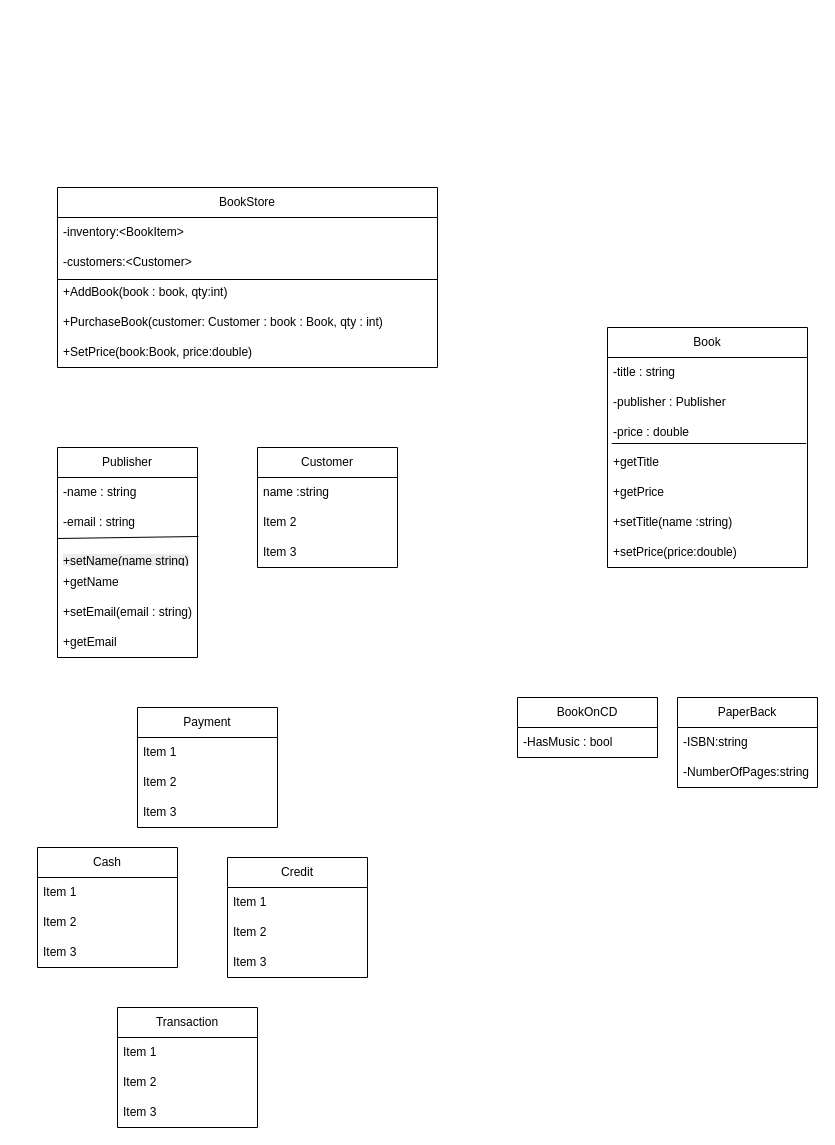
The draw.io diagram BookStore.drawio in vwhernan/CSC-300, before the edit. Source tidied: cells renumbered, new cells numbered last; positions are measured from the earlier drawing's top-left corner, leaving out a move shared by most shapes. Both pictures are drawn from the tidied source at 100%, with x=0, y=0 at pixel (37, 187).
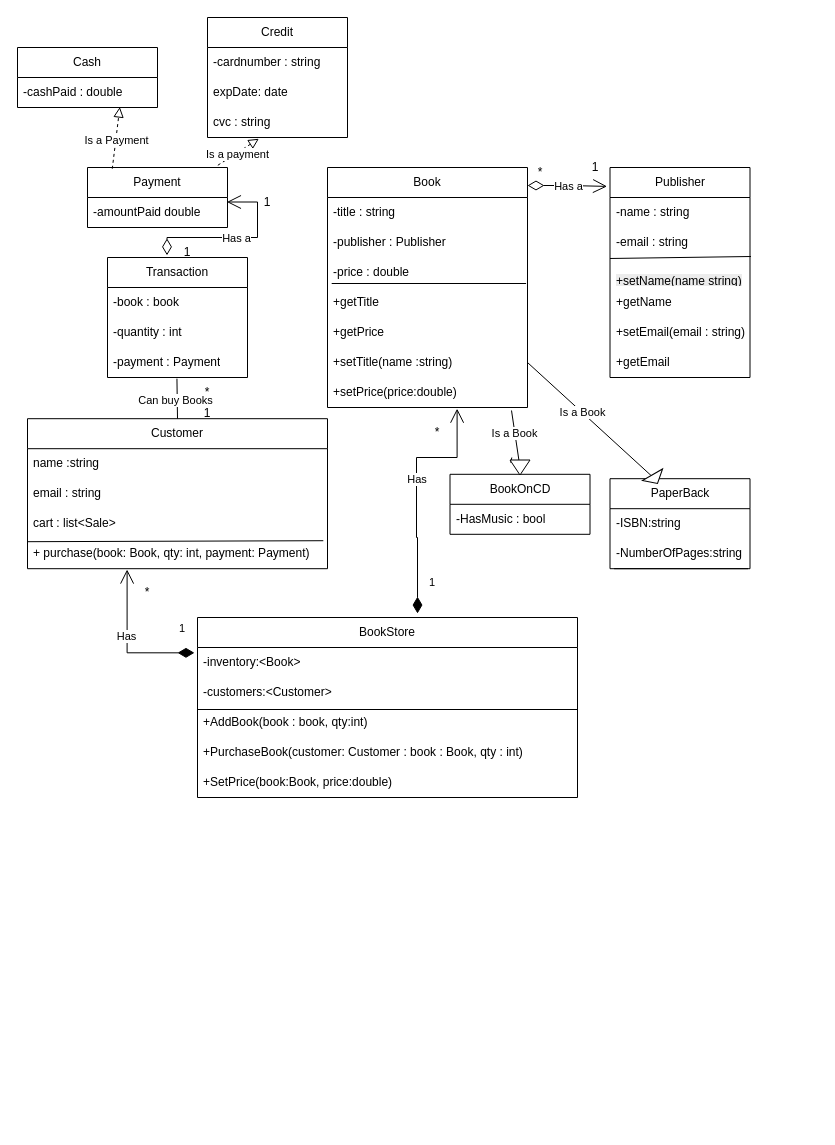
After the change.

Unchanged cells that the change refers to:
```xml
<mxCell id="19" value="+setTitle(name :string)" style="text;strokeColor=none;fillColor=none;align=left;verticalAlign=middle;spacingLeft=4;spacingRight=4;overflow=hidden;points=[[0,0.5],[1,0.5]];portConstraint=eastwest;whiteSpace=wrap;html=1;" parent="13" vertex="1">
  <mxGeometry y="180" width="200" height="30" as="geometry" />
</mxCell>
<mxCell id="20" value="+setPrice(price:double)" style="text;strokeColor=none;fillColor=none;align=left;verticalAlign=middle;spacingLeft=4;spacingRight=4;overflow=hidden;points=[[0,0.5],[1,0.5]];portConstraint=eastwest;whiteSpace=wrap;html=1;" parent="13" vertex="1">
  <mxGeometry y="210" width="200" height="30" as="geometry" />
</mxCell>
```

The edit, as a diff of the source:
```diff
@@
     <mxCell id="2" value="BookStore" style="swimlane;fontStyle=0;horizontal=1;startSize=30;whiteSpace=wrap;html=1;" parent="1" vertex="1">
-      <mxGeometry x="20" width="380" height="180" as="geometry" />
+      <mxGeometry x="160" y="430" width="380" height="180" as="geometry" />
     </mxCell>
-    <mxCell id="3" value="-inventory:&amp;lt;BookItem&amp;gt;" style="text;strokeColor=none;fillColor=none;align=left;verticalAlign=middle;spacingLeft=4;spacingRight=4;overflow=hidden;points=[[0,0.5],[1,0.5]];portConstraint=eastwest;whiteSpace=wrap;html=1;" parent="2" vertex="1">
+    <mxCell id="3" value="-inventory:&amp;lt;Book&amp;gt;" style="text;strokeColor=none;fillColor=none;align=left;verticalAlign=middle;spacingLeft=4;spacingRight=4;overflow=hidden;points=[[0,0.5],[1,0.5]];portConstraint=eastwest;whiteSpace=wrap;html=1;" parent="2" vertex="1">
       <mxGeometry y="30" width="380" height="30" as="geometry" />
     </mxCell>
@@
     <mxCell id="9" value="PaperBack" style="swimlane;fontStyle=0;horizontal=1;startSize=30;whiteSpace=wrap;html=1;" parent="1" vertex="1">
-      <mxGeometry x="640" y="510" width="140" height="90" as="geometry" />
+      <mxGeometry x="572.5" y="291.2" width="140" height="90" as="geometry" />
     </mxCell>
@@
     <mxCell id="13" value="Book" style="swimlane;fontStyle=0;horizontal=1;startSize=30;whiteSpace=wrap;html=1;" parent="1" vertex="1">
-      <mxGeometry x="570" y="140" width="200" height="240" as="geometry" />
+      <mxGeometry x="290" y="-20" width="200" height="240" as="geometry" />
     </mxCell>
@@
     <mxCell id="22" value="BookOnCD" style="swimlane;fontStyle=0;horizontal=1;startSize=30;whiteSpace=wrap;html=1;" parent="1" vertex="1">
-      <mxGeometry x="480" y="510" width="140" height="60" as="geometry" />
+      <mxGeometry x="412.5" y="286.8" width="140" height="60" as="geometry" />
     </mxCell>
@@
     <mxCell id="24" value="Publisher" style="swimlane;fontStyle=0;horizontal=1;startSize=30;whiteSpace=wrap;html=1;" parent="1" vertex="1">
-      <mxGeometry x="20" y="260" width="140" height="210" as="geometry" />
+      <mxGeometry x="572.5" y="-20" width="140" height="210" as="geometry" />
     </mxCell>
@@
     <mxCell id="32" value="Customer" style="swimlane;fontStyle=0;horizontal=1;startSize=30;whiteSpace=wrap;html=1;" parent="1" vertex="1">
-      <mxGeometry x="220" y="260" width="140" height="120" as="geometry" />
+      <mxGeometry x="-10" y="231.2" width="300" height="150" as="geometry" />
     </mxCell>
     <mxCell id="33" value="name :string" style="text;strokeColor=none;fillColor=none;align=left;verticalAlign=middle;spacingLeft=4;spacingRight=4;overflow=hidden;whiteSpace=wrap;html=1;" parent="32" vertex="1">
-      <mxGeometry y="30" width="140" height="30" as="geometry" />
+      <mxGeometry y="30" width="300" height="30" as="geometry" />
     </mxCell>
-    <mxCell id="34" value="Item 2" style="text;strokeColor=none;fillColor=none;align=left;verticalAlign=middle;spacingLeft=4;spacingRight=4;overflow=hidden;whiteSpace=wrap;html=1;" parent="32" vertex="1">
-      <mxGeometry y="60" width="140" height="30" as="geometry" />
+    <mxCell id="34" value="email : string" style="text;strokeColor=none;fillColor=none;align=left;verticalAlign=middle;spacingLeft=4;spacingRight=4;overflow=hidden;whiteSpace=wrap;html=1;" parent="32" vertex="1">
+      <mxGeometry y="60" width="300" height="30" as="geometry" />
     </mxCell>
-    <mxCell id="35" value="Item 3" style="text;strokeColor=none;fillColor=none;align=left;verticalAlign=middle;spacingLeft=4;spacingRight=4;overflow=hidden;points=[[0,0.5],[1,0.5]];portConstraint=eastwest;whiteSpace=wrap;html=1;" parent="32" vertex="1">
-      <mxGeometry y="90" width="140" height="30" as="geometry" />
+    <mxCell id="35" value="cart : list&amp;lt;Sale&amp;gt;" style="text;strokeColor=none;fillColor=none;align=left;verticalAlign=middle;spacingLeft=4;spacingRight=4;overflow=hidden;points=[[0,0.5],[1,0.5]];portConstraint=eastwest;whiteSpace=wrap;html=1;" parent="32" vertex="1">
+      <mxGeometry y="90" width="300" height="30" as="geometry" />
     </mxCell>
+    <mxCell id="52" value="+ purchase(book: Book, qty: int, payment: Payment)" style="text;strokeColor=none;fillColor=none;align=left;verticalAlign=middle;spacingLeft=4;spacingRight=4;overflow=hidden;points=[[0,0.5],[1,0.5]];portConstraint=eastwest;whiteSpace=wrap;html=1;" parent="32" vertex="1">
+      <mxGeometry y="120" width="300" height="30" as="geometry" />
+    </mxCell>
+    <mxCell id="53" style="endArrow=none;html=1;rounded=0;entryX=0.986;entryY=1.067;entryDx=0;entryDy=0;entryPerimeter=0;exitX=0;exitY=0.1;exitDx=0;exitDy=0;exitPerimeter=0;" parent="32" edge="1" source="52" target="35">
+      <mxGeometry relative="1" as="geometry" />
+    </mxCell>
     <mxCell id="36" value="Payment" style="swimlane;fontStyle=0;horizontal=1;startSize=30;whiteSpace=wrap;html=1;" parent="1" vertex="1">
-      <mxGeometry x="100" y="520" width="140" height="120" as="geometry" />
+      <mxGeometry x="50" y="-20" width="140" height="60" as="geometry" />
     </mxCell>
-    <mxCell id="37" value="Item 1" style="text;strokeColor=none;fillColor=none;align=left;verticalAlign=middle;spacingLeft=4;spacingRight=4;overflow=hidden;points=[[0,0.5],[1,0.5]];portConstraint=eastwest;whiteSpace=wrap;html=1;" parent="36" vertex="1">
+    <mxCell id="37" value="-amountPaid double" style="text;strokeColor=none;fillColor=none;align=left;verticalAlign=middle;spacingLeft=4;spacingRight=4;overflow=hidden;points=[[0,0.5],[1,0.5]];portConstraint=eastwest;whiteSpace=wrap;html=1;" parent="36" vertex="1">
       <mxGeometry y="30" width="140" height="30" as="geometry" />
     </mxCell>
-    <mxCell id="38" value="Item 2" style="text;strokeColor=none;fillColor=none;align=left;verticalAlign=middle;spacingLeft=4;spacingRight=4;overflow=hidden;whiteSpace=wrap;html=1;" parent="36" vertex="1">
-      <mxGeometry y="60" width="140" height="30" as="geometry" />
-    </mxCell>
-    <mxCell id="39" value="Item 3" style="text;strokeColor=none;fillColor=none;align=left;verticalAlign=middle;spacingLeft=4;spacingRight=4;overflow=hidden;whiteSpace=wrap;html=1;" parent="36" vertex="1">
-      <mxGeometry y="90" width="140" height="30" as="geometry" />
-    </mxCell>
     <mxCell id="40" value="Cash" style="swimlane;fontStyle=0;horizontal=1;startSize=30;whiteSpace=wrap;html=1;" parent="1" vertex="1">
-      <mxGeometry y="660" width="140" height="120" as="geometry" />
+      <mxGeometry x="-20" y="-140" width="140" height="60" as="geometry" />
     </mxCell>
-    <mxCell id="41" value="Item 1" style="text;strokeColor=none;fillColor=none;align=left;verticalAlign=middle;spacingLeft=4;spacingRight=4;overflow=hidden;points=[[0,0.5],[1,0.5]];portConstraint=eastwest;whiteSpace=wrap;html=1;" parent="40" vertex="1">
+    <mxCell id="41" value="-cashPaid : double" style="text;strokeColor=none;fillColor=none;align=left;verticalAlign=middle;spacingLeft=4;spacingRight=4;overflow=hidden;points=[[0,0.5],[1,0.5]];portConstraint=eastwest;whiteSpace=wrap;html=1;" parent="40" vertex="1">
       <mxGeometry y="30" width="140" height="30" as="geometry" />
     </mxCell>
-    <mxCell id="42" value="Item 2" style="text;strokeColor=none;fillColor=none;align=left;verticalAlign=middle;spacingLeft=4;spacingRight=4;overflow=hidden;whiteSpace=wrap;html=1;" parent="40" vertex="1">
-      <mxGeometry y="60" width="140" height="30" as="geometry" />
-    </mxCell>
-    <mxCell id="43" value="Item 3" style="text;strokeColor=none;fillColor=none;align=left;verticalAlign=middle;spacingLeft=4;spacingRight=4;overflow=hidden;whiteSpace=wrap;html=1;" parent="40" vertex="1">
-      <mxGeometry y="90" width="140" height="30" as="geometry" />
-    </mxCell>
     <mxCell id="44" value="Credit" style="swimlane;fontStyle=0;horizontal=1;startSize=30;whiteSpace=wrap;html=1;" parent="1" vertex="1">
-      <mxGeometry x="190" y="670" width="140" height="120" as="geometry" />
+      <mxGeometry x="170" y="-170" width="140" height="120" as="geometry" />
     </mxCell>
-    <mxCell id="45" value="Item 1" style="text;strokeColor=none;fillColor=none;align=left;verticalAlign=middle;spacingLeft=4;spacingRight=4;overflow=hidden;whiteSpace=wrap;html=1;" parent="44" vertex="1">
+    <mxCell id="45" value="-cardnumber : string" style="text;strokeColor=none;fillColor=none;align=left;verticalAlign=middle;spacingLeft=4;spacingRight=4;overflow=hidden;whiteSpace=wrap;html=1;" parent="44" vertex="1">
       <mxGeometry y="30" width="140" height="30" as="geometry" />
     </mxCell>
-    <mxCell id="46" value="Item 2" style="text;strokeColor=none;fillColor=none;align=left;verticalAlign=middle;spacingLeft=4;spacingRight=4;overflow=hidden;whiteSpace=wrap;html=1;" parent="44" vertex="1">
+    <mxCell id="46" value="expDate: date" style="text;strokeColor=none;fillColor=none;align=left;verticalAlign=middle;spacingLeft=4;spacingRight=4;overflow=hidden;whiteSpace=wrap;html=1;" parent="44" vertex="1">
       <mxGeometry y="60" width="140" height="30" as="geometry" />
     </mxCell>
-    <mxCell id="47" value="Item 3" style="text;strokeColor=none;fillColor=none;align=left;verticalAlign=middle;spacingLeft=4;spacingRight=4;overflow=hidden;points=[[0,0.5],[1,0.5]];portConstraint=eastwest;whiteSpace=wrap;html=1;" parent="44" vertex="1">
+    <mxCell id="47" value="cvc : string" style="text;strokeColor=none;fillColor=none;align=left;verticalAlign=middle;spacingLeft=4;spacingRight=4;overflow=hidden;points=[[0,0.5],[1,0.5]];portConstraint=eastwest;whiteSpace=wrap;html=1;" parent="44" vertex="1">
       <mxGeometry y="90" width="140" height="30" as="geometry" />
     </mxCell>
     <mxCell id="48" value="Transaction" style="swimlane;fontStyle=0;horizontal=1;startSize=30;whiteSpace=wrap;html=1;" parent="1" vertex="1">
-      <mxGeometry x="80" y="820" width="140" height="120" as="geometry" />
+      <mxGeometry x="70" y="70" width="140" height="120" as="geometry" />
     </mxCell>
-    <mxCell id="49" value="Item 1" style="text;strokeColor=none;fillColor=none;align=left;verticalAlign=middle;spacingLeft=4;spacingRight=4;overflow=hidden;whiteSpace=wrap;html=1;" parent="48" vertex="1">
+    <mxCell id="49" value="-book : book" style="text;strokeColor=none;fillColor=none;align=left;verticalAlign=middle;spacingLeft=4;spacingRight=4;overflow=hidden;whiteSpace=wrap;html=1;" parent="48" vertex="1">
       <mxGeometry y="30" width="140" height="30" as="geometry" />
     </mxCell>
-    <mxCell id="50" value="Item 2" style="text;strokeColor=none;fillColor=none;align=left;verticalAlign=middle;spacingLeft=4;spacingRight=4;overflow=hidden;whiteSpace=wrap;html=1;" parent="48" vertex="1">
+    <mxCell id="50" value="-quantity : int" style="text;strokeColor=none;fillColor=none;align=left;verticalAlign=middle;spacingLeft=4;spacingRight=4;overflow=hidden;whiteSpace=wrap;html=1;" parent="48" vertex="1">
       <mxGeometry y="60" width="140" height="30" as="geometry" />
     </mxCell>
-    <mxCell id="51" value="Item 3" style="text;strokeColor=none;fillColor=none;align=left;verticalAlign=middle;spacingLeft=4;spacingRight=4;overflow=hidden;whiteSpace=wrap;html=1;" parent="48" vertex="1">
-      <mxGeometry y="90" width="140" height="30" as="geometry" />
-    </mxCell>
+    <mxCell id="54" value="-payment : Payment" style="text;strokeColor=none;fillColor=none;align=left;verticalAlign=middle;spacingLeft=4;spacingRight=4;overflow=hidden;points=[[0,0.5],[1,0.5]];portConstraint=eastwest;whiteSpace=wrap;html=1;" parent="48" vertex="1">
+      <mxGeometry y="90" width="140" height="30" as="geometry" />
+    </mxCell>
+    <mxCell id="55" style="endArrow=none;html=1;rounded=0;exitX=0.175;exitY=0.967;exitDx=0;exitDy=0;exitPerimeter=0;" parent="1" edge="1" source="58">
+      <mxGeometry relative="1" as="geometry">
+        <mxPoint x="474.3" y="270" as="targetPoint" />
+      </mxGeometry>
+    </mxCell>
+    <mxCell id="56" style="endArrow=none;html=1;rounded=0;exitX=0.92;exitY=1.1;exitDx=0;exitDy=0;exitPerimeter=0;" parent="1" edge="1" source="20" target="58">
+      <mxGeometry relative="1" as="geometry" />
+    </mxCell>
+    <mxCell id="57" value="Is a Book" style="edgeLabel;html=1;align=center;verticalAlign=middle;" parent="56" vertex="1">
+      <mxGeometry x="-0.08" y="-1" relative="1" as="geometry" />
+    </mxCell>
+    <mxCell id="58" style="triangle;whiteSpace=wrap;html=1;rotation=90;" parent="1" vertex="1">
+      <mxGeometry x="475" y="270" width="15" height="20" as="geometry" />
+    </mxCell>
+    <mxCell id="59" style="endArrow=none;html=1;rounded=0;exitX=1;exitY=0.5;exitDx=0;exitDy=0;" parent="1" edge="1" source="19" target="61">
+      <mxGeometry relative="1" as="geometry" />
+    </mxCell>
+    <mxCell id="60" value="Is a Book" style="edgeLabel;html=1;align=center;verticalAlign=middle;" parent="59" vertex="1">
+      <mxGeometry x="-0.12" y="1" relative="1" as="geometry">
+        <mxPoint x="-1" as="offset" />
+      </mxGeometry>
+    </mxCell>
+    <mxCell id="61" style="triangle;whiteSpace=wrap;html=1;rotation=60;" parent="1" vertex="1">
+      <mxGeometry x="612.5" y="280" width="10" height="23.2" as="geometry" />
+    </mxCell>
+    <mxCell id="62" style="endArrow=open;html=1;endSize=12;startArrow=diamondThin;startSize=14;startFill=0;edgeStyle=orthogonalEdgeStyle;align=left;verticalAlign=bottom;rounded=0;entryX=-0.021;entryY=0.09;entryDx=0;entryDy=0;exitX=1;exitY=0.075;exitDx=0;exitDy=0;exitPerimeter=0;entryPerimeter=0;" parent="1" edge="1" source="13" target="24">
+      <mxGeometry x="-0.74" y="18" relative="1" as="geometry" />
+    </mxCell>
+    <mxCell id="63" value="Has a" style="edgeLabel;html=1;align=center;verticalAlign=middle;" parent="62" vertex="1">
+      <mxGeometry relative="1" as="geometry" />
+    </mxCell>
+    <mxCell id="64" style="endArrow=block;startArrow=none;endFill=0;startFill=0;endSize=8;html=1;verticalAlign=bottom;dashed=1;labelBackgroundColor=none;rounded=0;exitX=0.177;exitY=0.021;exitDx=0;exitDy=0;exitPerimeter=0;entryX=0.731;entryY=0.984;entryDx=0;entryDy=0;entryPerimeter=0;" parent="1" edge="1" source="36" target="41">
+      <mxGeometry relative="1" as="geometry" />
+    </mxCell>
+    <mxCell id="65" value="Is a Payment" style="edgeLabel;html=1;align=center;verticalAlign=middle;" parent="64" vertex="1">
+      <mxGeometry x="-0.08" relative="1" as="geometry" />
+    </mxCell>
+    <mxCell id="66" style="endArrow=block;startArrow=none;endFill=0;startFill=0;endSize=8;html=1;verticalAlign=bottom;dashed=1;labelBackgroundColor=none;rounded=0;exitX=0.931;exitY=-0.037;exitDx=0;exitDy=0;exitPerimeter=0;entryX=0.367;entryY=1.041;entryDx=0;entryDy=0;entryPerimeter=0;" parent="1" edge="1" source="36" target="47">
+      <mxGeometry relative="1" as="geometry" />
+    </mxCell>
+    <mxCell id="67" value="Is a payment" style="edgeLabel;html=1;align=center;verticalAlign=middle;" parent="66" vertex="1">
+      <mxGeometry x="-0.1" y="-1" relative="1" as="geometry" />
+    </mxCell>
+    <mxCell id="68" value="1" style="text;html=1;whiteSpace=wrap;strokeColor=none;fillColor=none;align=center;verticalAlign=middle;rounded=0;" parent="1" vertex="1">
+      <mxGeometry x="552.5" y="-30" width="10" height="20" as="geometry" />
+    </mxCell>
+    <mxCell id="69" value="*" style="text;html=1;whiteSpace=wrap;strokeColor=none;fillColor=none;align=center;verticalAlign=middle;rounded=0;" parent="1" vertex="1">
+      <mxGeometry x="472.5" y="-30" width="60" height="30" as="geometry" />
+    </mxCell>
+    <mxCell id="70" value="1" style="endArrow=open;html=1;endSize=12;startArrow=diamondThin;startSize=14;startFill=1;edgeStyle=orthogonalEdgeStyle;align=left;verticalAlign=bottom;rounded=0;exitX=0.579;exitY=-0.022;exitDx=0;exitDy=0;exitPerimeter=0;entryX=0.648;entryY=1.039;entryDx=0;entryDy=0;entryPerimeter=0;" parent="1" edge="1" source="2" target="20">
+      <mxGeometry x="-0.82" y="-10" relative="1" as="geometry">
+        <Array as="points">
+          <mxPoint x="380" y="350" />
+          <mxPoint x="379" y="350" />
+          <mxPoint x="379" y="270" />
+          <mxPoint x="420" y="270" />
+        </Array>
+      </mxGeometry>
+    </mxCell>
+    <mxCell id="71" value="Has&amp;nbsp;" style="edgeLabel;html=1;align=center;verticalAlign=middle;" parent="70" vertex="1">
+      <mxGeometry x="0.1" y="-1" relative="1" as="geometry" />
+    </mxCell>
+    <mxCell id="72" value="*" style="text;html=1;whiteSpace=wrap;strokeColor=none;fillColor=none;align=center;verticalAlign=middle;rounded=0;" parent="1" vertex="1">
+      <mxGeometry x="370" y="230" width="60" height="30" as="geometry" />
+    </mxCell>
+    <mxCell id="73" value="1" style="endArrow=open;html=1;endSize=12;startArrow=diamondThin;startSize=14;startFill=1;edgeStyle=orthogonalEdgeStyle;align=left;verticalAlign=bottom;rounded=0;entryX=0.332;entryY=1.027;entryDx=0;entryDy=0;entryPerimeter=0;exitX=-0.008;exitY=0.178;exitDx=0;exitDy=0;exitPerimeter=0;" parent="1" edge="1" source="3" target="52">
+      <mxGeometry x="-0.77" y="-15" relative="1" as="geometry">
+        <Array as="points">
+          <mxPoint x="90" y="465" />
+        </Array>
+      </mxGeometry>
+    </mxCell>
+    <mxCell id="74" value="Has" style="edgeLabel;html=1;align=center;verticalAlign=middle;" parent="73" vertex="1">
+      <mxGeometry x="0.12" y="1" relative="1" as="geometry" />
+    </mxCell>
+    <mxCell id="75" value="*" style="text;html=1;whiteSpace=wrap;strokeColor=none;fillColor=none;align=center;verticalAlign=middle;rounded=0;" parent="1" vertex="1">
+      <mxGeometry x="80" y="390" width="60" height="30" as="geometry" />
+    </mxCell>
+    <mxCell id="76" style="endArrow=none;html=1;rounded=0;entryX=0.496;entryY=1.039;entryDx=0;entryDy=0;entryPerimeter=0;" parent="1" edge="1" target="54">
+      <mxGeometry relative="1" as="geometry">
+        <mxPoint x="140" y="231.2" as="sourcePoint" />
+      </mxGeometry>
+    </mxCell>
+    <mxCell id="77" value="Can buy Books" style="edgeLabel;html=1;align=center;verticalAlign=middle;" parent="76" vertex="1">
+      <mxGeometry x="-0.04" y="2" relative="1" as="geometry" />
+    </mxCell>
+    <mxCell id="78" value="1" style="text;html=1;whiteSpace=wrap;strokeColor=none;fillColor=none;align=center;verticalAlign=middle;rounded=0;" parent="1" vertex="1">
+      <mxGeometry x="165" y="221.2" width="10" height="10" as="geometry" />
+    </mxCell>
+    <mxCell id="79" value="*" style="text;html=1;whiteSpace=wrap;strokeColor=none;fillColor=none;align=center;verticalAlign=middle;rounded=0;" parent="1" vertex="1">
+      <mxGeometry x="140" y="190" width="60" height="30" as="geometry" />
+    </mxCell>
+    <mxCell id="80" style="endArrow=open;html=1;endSize=12;startArrow=diamondThin;startSize=14;startFill=0;edgeStyle=orthogonalEdgeStyle;align=left;verticalAlign=bottom;rounded=0;entryX=0.996;entryY=0.15;entryDx=0;entryDy=0;entryPerimeter=0;exitX=0.425;exitY=-0.018;exitDx=0;exitDy=0;exitPerimeter=0;" parent="1" edge="1" source="48" target="37">
+      <mxGeometry x="-0.74" y="18" relative="1" as="geometry">
+        <Array as="points">
+          <mxPoint x="130" y="50" />
+          <mxPoint x="220" y="50" />
+          <mxPoint x="220" y="15" />
+        </Array>
+      </mxGeometry>
+    </mxCell>
+    <mxCell id="81" value="Has a" style="edgeLabel;html=1;align=center;verticalAlign=middle;" parent="80" vertex="1">
+      <mxGeometry relative="1" as="geometry" />
+    </mxCell>
+    <mxCell id="82" value="1" style="text;html=1;whiteSpace=wrap;strokeColor=none;fillColor=none;align=center;verticalAlign=middle;rounded=0;" parent="1" vertex="1">
+      <mxGeometry x="120" y="50" width="60" height="30" as="geometry" />
+    </mxCell>
+    <mxCell id="83" value="1" style="text;html=1;whiteSpace=wrap;strokeColor=none;fillColor=none;align=center;verticalAlign=middle;rounded=0;" parent="1" vertex="1">
+      <mxGeometry x="200" width="60" height="30" as="geometry" />
+    </mxCell>
```
